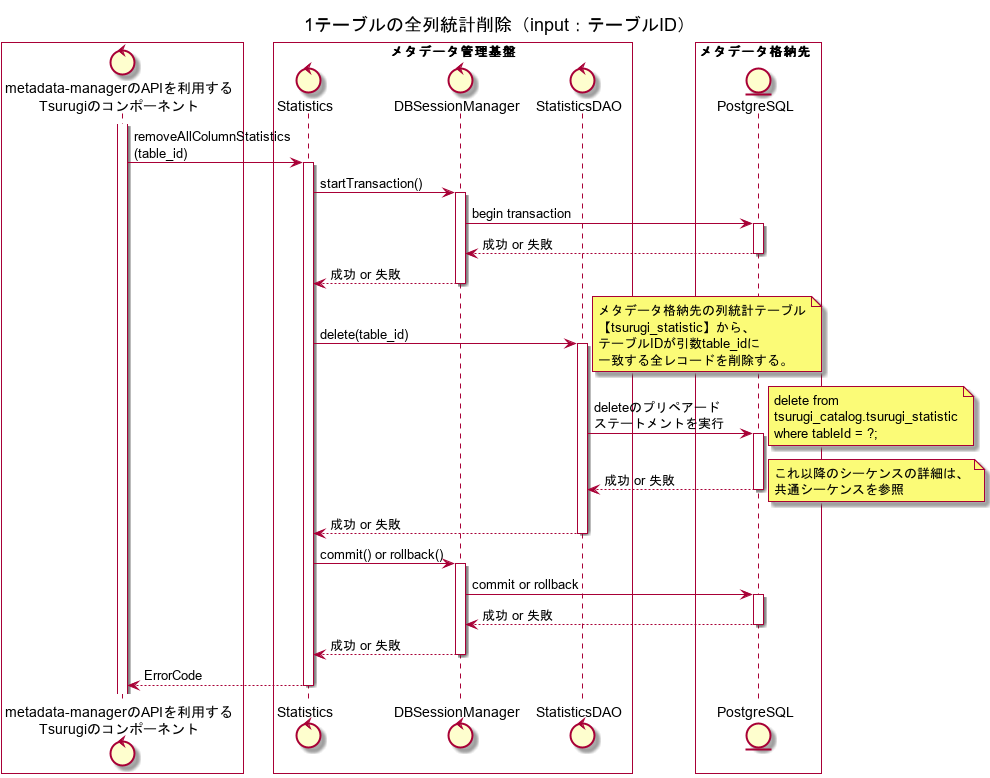
project-tsurugi/metadata-manager keeps this PlantUML diagram as metadata-manager/docs/statistic/02.FD/out/uml/SequenceDiagram_detail/1テーブルの全列統計削除（input：テーブルID）.png. Above is the earlier version.
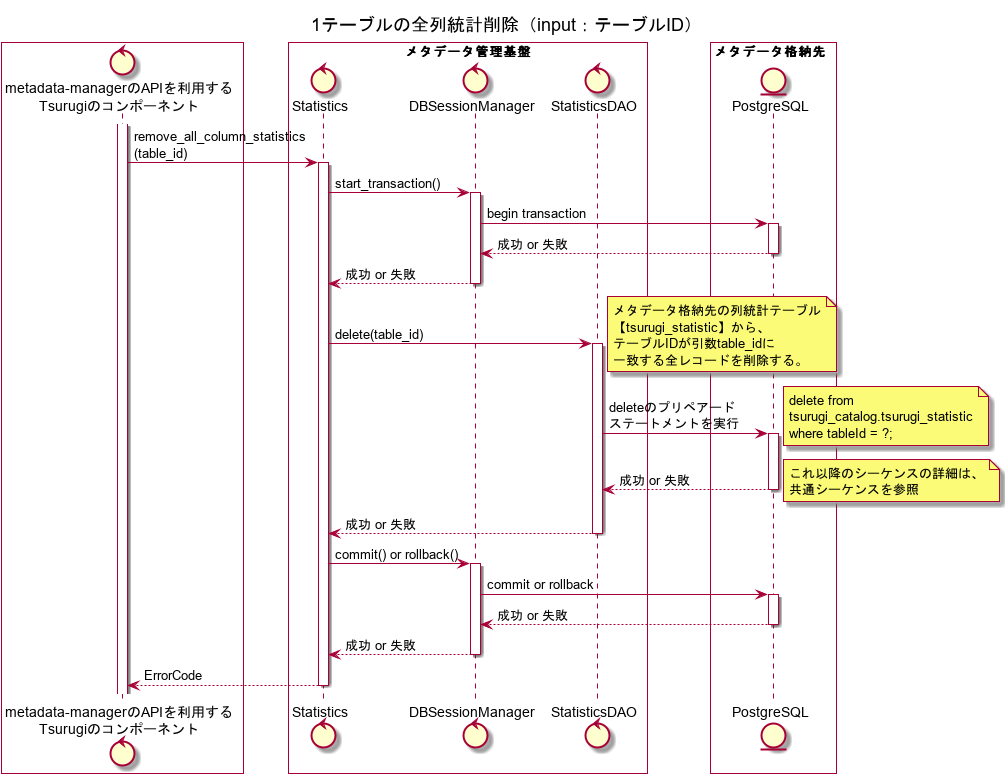
After the change.

Diff of the diagram source:
```diff
@@ -14,9 +14,9 @@
 end box
 
 activate ogawayama
-ogawayama -> Statistics : removeAllColumnStatistics\n(table_id)
+ogawayama -> Statistics : remove_all_column_statistics\n(table_id)
 activate Statistics
-Statistics -> DBSessionManager : startTransaction()
+Statistics -> DBSessionManager : start_transaction()
 activate DBSessionManager
 DBSessionManager -> metadata_storage : begin transaction
 activate metadata_storage
```
